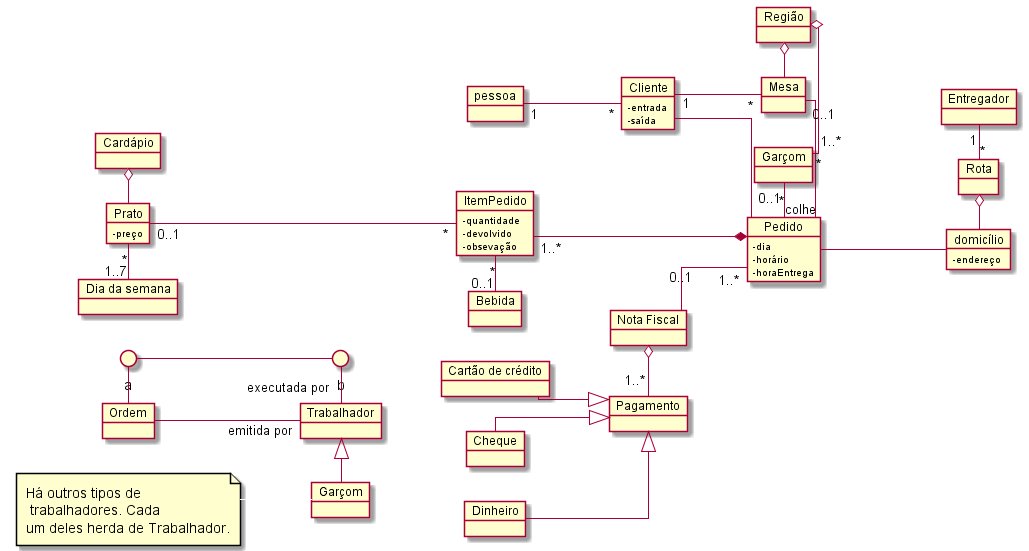
Earlier version of the PlantUML export Imagens/modelos-09/mod09ima01/mod09ima01.png (kyriosdata/oo). Its diagram source:
```plantuml
@startuml mod09ima01
skinparam ClassAttributeIconSize 0
skinparam Linetype ortho
allow_mixing

object "Prato" as pr
pr : - preço
object "ItemPedido" as it
it : -quantidade
it : -devolvido
it : -obsevação
object "Pedido" as pe
pe : -dia
pe : -horário
pe : -horaEntrega
object "domicílio" as do
do : -endereço
object "Cardápio" as ca
object "Dia da semana" as di
object "Bebida" as be
object "pessoa" as pes
object "Cliente" as cl
cl : - entrada
cl : - saída
Object "Mesa" as me
object "Região" as re
object "Garçom" as ga
object "Rota" as ro
object "Entregador" as en
object "Nota Fiscal" as no
object "Pagamento" as pa
object "Cartão de crédito" as cc
object "Cheque" as ch
object "Dinheiro" as dn

object "Ordem" as od
object "Trabalhador" as tr
object "Garçom" as ga2
circle "a" as a
circle "b" as b

file "Há outros tipos de\n trabalhadores. Cada\num deles herda de Trabalhador." as ha


left to right direction
pr "0..1" --- "*" it
it "1..*" ---* pe
pe --- do
pr -left-o ca
di  -left-"*"  pr : 1..7
be -left- "*" it : 0..1
pes "1"--"*"cl
cl "1"--"*"me
me -left-o re
pe -left-"0..1\n" me : *
cl -- pe
pe "*"-left-"0..1" ga : colhe
ga "1..*"-left-o re
do -left-o ro
ro -left-"1\n" en : *
no --"1..*" pe : 0..1
pa "1..*" -left-o no
cc --|> pa
ch --|> pa
dn --|> pa

od -left- a
a -- b
b -right-"executada por" tr
od --"emitida por" tr
ga2 -left-|> tr
ha -[#White]- ga2


@enduml
```
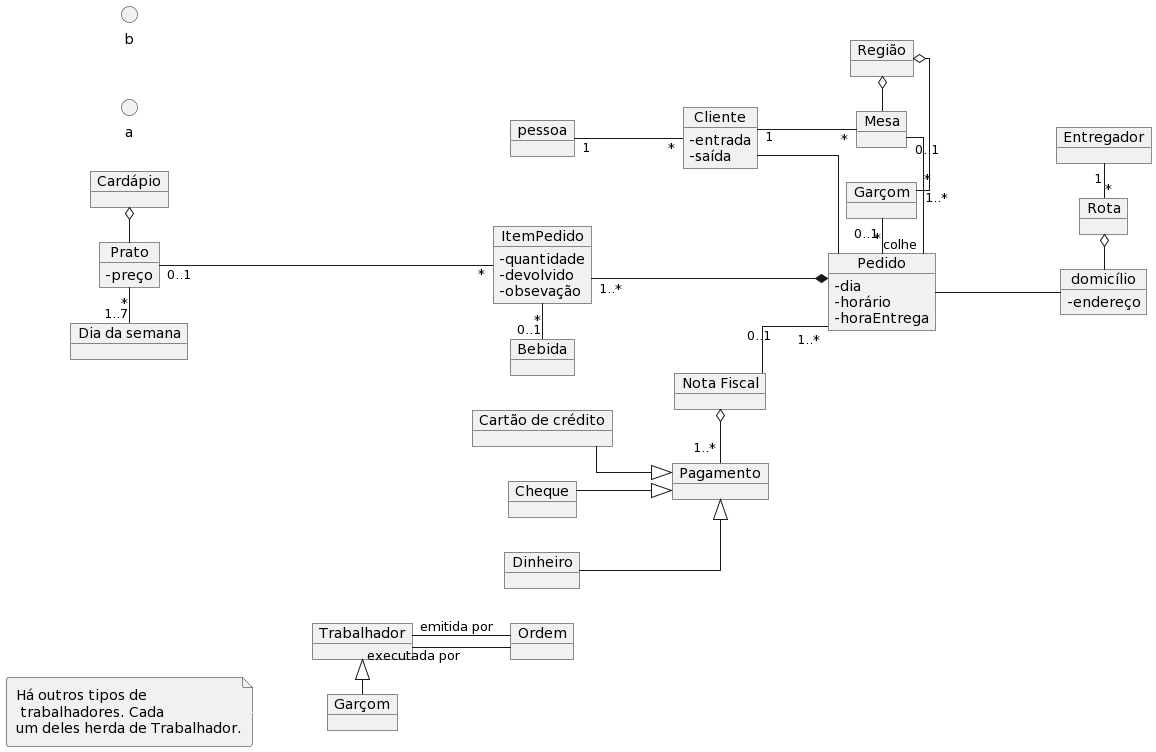
Later version of the same file.

Change to the diagram source:
```diff
@@ -1,4 +1,4 @@
-@startuml mod09ima01
+@startuml
 skinparam ClassAttributeIconSize 0
 skinparam Linetype ortho
 allow_mixing
@@ -64,12 +64,10 @@
 ch --|> pa
 dn --|> pa
 
-od -left- a
-a -- b
-b -right-"executada por" tr
+od -up- tr : executada por
+
+
 od --"emitida por" tr
 ga2 -left-|> tr
 ha -[#White]- ga2
-
-
 @enduml
```
